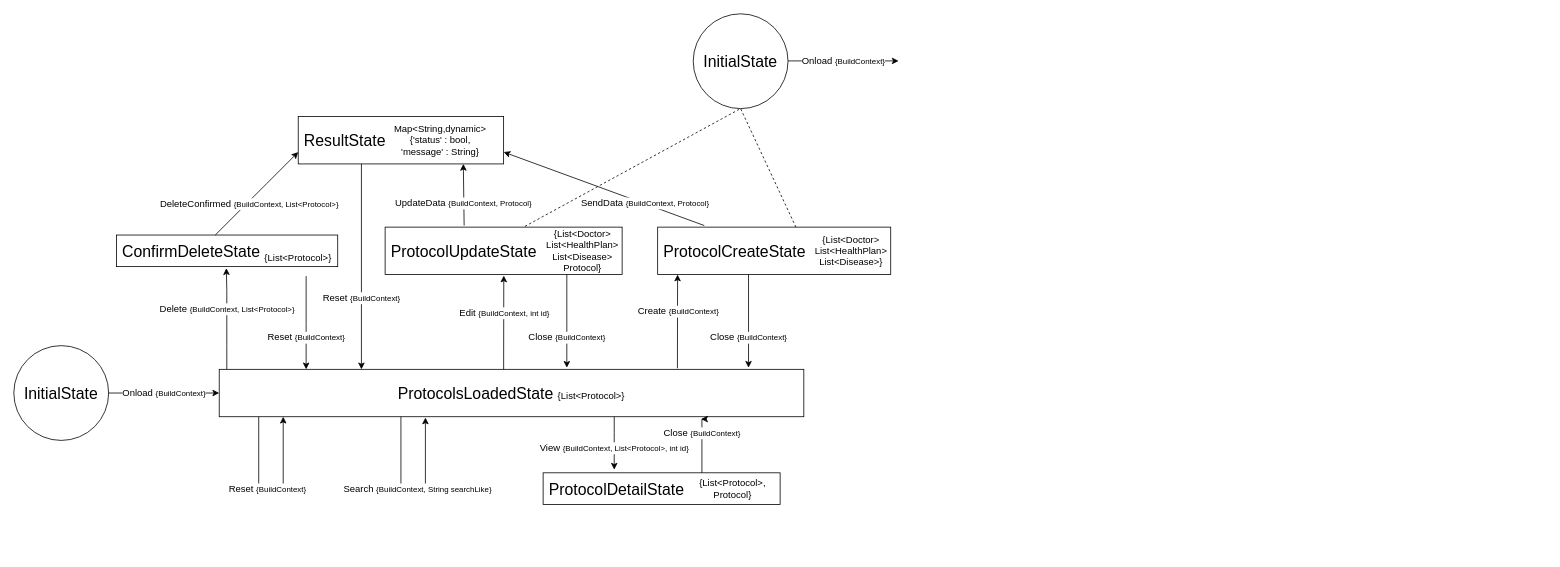
This is Untitled Diagram.drawio from Tozzigh/aaa, a draw.io file, before an edit. Source tidied: cells renumbered, new cells numbered last; positions are measured from the earlier drawing's top-left corner, leaving out a move shared by most shapes. Both pictures are drawn from the tidied source at 79%, with x=0, y=0 at pixel (13, 13).
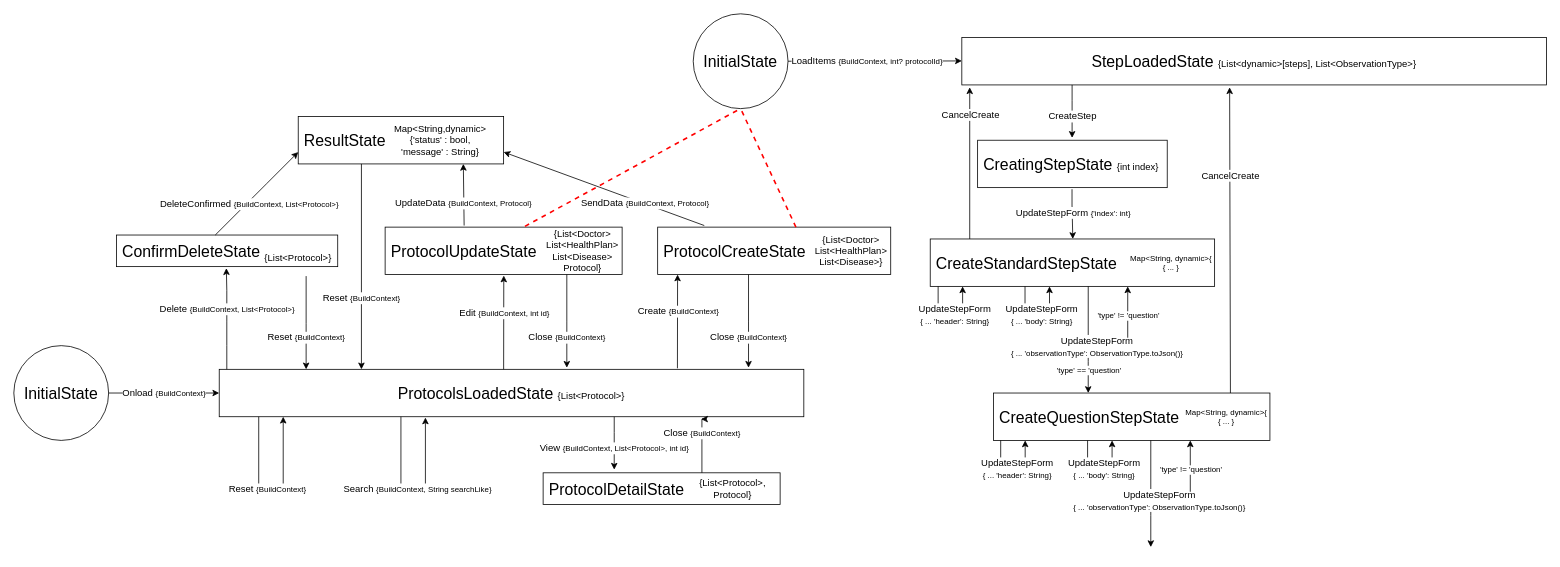
The same page after the edit.

The change refers to these unchanged cells:
```xml
<mxCell id="3" value="&lt;font style=&quot;font-size: 20px&quot;&gt;InitialState&lt;/font&gt;" style="ellipse;whiteSpace=wrap;html=1;fillColor=none;" parent="1" vertex="1">
  <mxGeometry y="420" width="120" height="120" as="geometry" />
</mxCell>
<mxCell id="7" value="ProtocolsLoadedState &lt;font style=&quot;font-size: 12px&quot;&gt;{List&amp;lt;Protocol&amp;gt;}&lt;/font&gt;" style="whiteSpace=wrap;html=1;fontSize=20;fillColor=none;labelBackgroundColor=default;align=center;" parent="1" vertex="1">
  <mxGeometry x="260" y="450" width="740" height="60" as="geometry" />
</mxCell>
<mxCell id="37" value="&lt;font style=&quot;font-size: 20px&quot;&gt;InitialState&lt;/font&gt;" style="ellipse;whiteSpace=wrap;html=1;fillColor=none;" parent="1" vertex="1">
  <mxGeometry x="860" width="120" height="120" as="geometry" />
</mxCell>
```

What changed in the source:
```diff
@@
-    <mxCell id="2" value="Onload &lt;font style=&quot;font-size: 10px&quot;&gt;{BuildContext}&lt;/font&gt;" style="edgeStyle=orthogonalEdgeStyle;rounded=0;jettySize=auto;html=1;fontSize=12;exitX=1;exitY=0.5;exitDx=0;exitDy=0;entryX=0;entryY=0.5;entryDx=0;entryDy=0;labelBackgroundColor=default;" parent="1" edge="1" source="3" target="7">
+    <mxCell id="2" value="Onload &lt;font style=&quot;font-size: 10px&quot;&gt;{BuildContext}&lt;/font&gt;" style="edgeStyle=orthogonalEdgeStyle;rounded=0;jettySize=auto;html=1;fontSize=12;exitX=1;exitY=0.5;exitDx=0;exitDy=0;entryX=0;entryY=0.5;entryDx=0;entryDy=0;labelBackgroundColor=default;shadow=0;" parent="1" edge="1" source="3" target="7">
       <mxGeometry relative="1" as="geometry" />
     </mxCell>
@@
-    <mxCell id="36" style="endArrow=none;dashed=1;html=1;rounded=0;labelBackgroundColor=default;fontSize=10;" parent="1" edge="1">
+    <mxCell id="36" style="endArrow=none;dashed=1;html=1;rounded=0;labelBackgroundColor=default;fontSize=10;fontColor=#000000;fillColor=#e51400;strokeColor=#FF0000;strokeWidth=2;" parent="1" edge="1">
       <mxGeometry relative="1" as="geometry">
         <mxPoint x="990" y="270" as="sourcePoint" />
         <mxPoint x="920" y="120" as="targetPoint" />
       </mxGeometry>
     </mxCell>
@@
-    <mxCell id="38" style="endArrow=none;dashed=1;html=1;rounded=0;labelBackgroundColor=default;fontSize=10;" parent="1" edge="1">
+    <mxCell id="38" style="endArrow=none;dashed=1;html=1;rounded=0;labelBackgroundColor=default;fontSize=10;fontColor=#000000;fillColor=#e51400;strokeColor=#FF0000;strokeWidth=2;" parent="1" edge="1">
       <mxGeometry relative="1" as="geometry">
         <mxPoint x="647" y="269" as="sourcePoint" />
         <mxPoint x="918" y="121" as="targetPoint" />
       </mxGeometry>
     </mxCell>
-    <mxCell id="39" value="Onload &lt;font style=&quot;font-size: 10px&quot;&gt;{BuildContext}&lt;/font&gt;" style="edgeStyle=orthogonalEdgeStyle;rounded=0;orthogonalLoop=1;jettySize=auto;html=1;fontSize=12;exitX=1;exitY=0.5;exitDx=0;exitDy=0;entryX=0;entryY=0.5;entryDx=0;entryDy=0;labelBackgroundColor=default;" parent="1" edge="1">
-      <mxGeometry relative="1" as="geometry">
-        <mxPoint x="980" y="59.6" as="sourcePoint" />
-        <mxPoint x="1120" y="59.6" as="targetPoint" />
+    <mxCell id="39" value="LoadItems&amp;nbsp;&lt;font style=&quot;font-size: 10px&quot;&gt;{&lt;/font&gt;&lt;font style=&quot;font-size: 10px&quot;&gt;BuildContext, int? protocolId&lt;/font&gt;&lt;font style=&quot;font-size: 10px&quot;&gt;}&lt;/font&gt;" style="edgeStyle=orthogonalEdgeStyle;rounded=0;jettySize=auto;html=1;fontSize=12;exitX=1;exitY=0.5;exitDx=0;exitDy=0;entryX=0;entryY=0.5;entryDx=0;entryDy=0;labelBackgroundColor=default;" parent="1" edge="1" source="37">
+      <mxGeometry x="-0.09" relative="1" as="geometry">
+        <mxPoint x="1200" y="59.6" as="targetPoint" />
       </mxGeometry>
     </mxCell>
+    <mxCell id="40" value="StepLoadedState &lt;font style=&quot;font-size: 12px&quot;&gt;{&lt;/font&gt;&lt;font style=&quot;font-size: 12px&quot;&gt;List&amp;lt;dynamic&amp;gt;[&lt;/font&gt;&lt;font style=&quot;font-size: 12px&quot;&gt;steps]&lt;/font&gt;&lt;font style=&quot;font-size: 12px&quot;&gt;, List&amp;lt;ObservationType&amp;gt;&lt;/font&gt;&lt;font style=&quot;font-size: 12px&quot;&gt;}&lt;/font&gt;" style="whiteSpace=wrap;html=1;fontSize=20;fillColor=none;labelBackgroundColor=default;align=center;" parent="1" vertex="1">
+      <mxGeometry x="1200" y="30" width="740" height="60" as="geometry" />
+    </mxCell>
+    <mxCell id="41" value="CreateStep" style="edgeStyle=orthogonalEdgeStyle;rounded=0;orthogonalLoop=1;jettySize=auto;html=1;fontSize=12;labelBackgroundColor=default;" parent="1" edge="1">
+      <mxGeometry x="0.19" relative="1" as="geometry">
+        <mxPoint x="1339.6" y="90" as="sourcePoint" />
+        <mxPoint x="1339.6" y="157" as="targetPoint" />
+        <Array as="points">
+          <mxPoint x="1339.6" y="110" />
+          <mxPoint x="1339.6" y="110" />
+        </Array>
+      </mxGeometry>
+    </mxCell>
+    <mxCell id="42" value="&amp;nbsp;CreatingStepState &lt;font style=&quot;font-size: 12px&quot;&gt;{int index}&lt;/font&gt;" style="rounded=0;whiteSpace=wrap;html=1;fontSize=20;fillColor=none;labelBackgroundColor=default;align=left;" parent="1" vertex="1">
+      <mxGeometry x="1220" y="160" width="240" height="60" as="geometry" />
+    </mxCell>
+    <mxCell id="43" value="&amp;nbsp;CreateStandardStepState" style="rounded=0;whiteSpace=wrap;html=1;fontSize=20;fillColor=none;labelBackgroundColor=default;align=left;" parent="1" vertex="1">
+      <mxGeometry x="1160" y="285" width="360" height="60" as="geometry" />
+    </mxCell>
+    <mxCell id="44" value="&lt;div&gt;UpdateStepForm&amp;nbsp;&lt;font style=&quot;font-size: 10px&quot;&gt;{'index': int}&lt;/font&gt;&lt;/div&gt;" style="edgeStyle=orthogonalEdgeStyle;rounded=0;orthogonalLoop=1;jettySize=auto;html=1;fontSize=12;labelBackgroundColor=default;" parent="1" edge="1">
+      <mxGeometry x="-0.06" y="1" relative="1" as="geometry">
+        <mxPoint x="1339.5" y="222" as="sourcePoint" />
+        <mxPoint x="1340.5" y="285" as="targetPoint" />
+        <Array as="points">
+          <mxPoint x="1339.5" y="242" />
+          <mxPoint x="1339.5" y="242" />
+        </Array>
+      </mxGeometry>
+    </mxCell>
+    <mxCell id="45" value="Map&amp;lt;String, dynamic&amp;gt;{ { ... }" style="text;html=1;strokeColor=none;fillColor=none;align=center;verticalAlign=middle;whiteSpace=wrap;rounded=0;labelBackgroundColor=default;fontSize=10;fontColor=#000000;" parent="1" vertex="1">
+      <mxGeometry x="1410" y="300" width="110" height="30" as="geometry" />
+    </mxCell>
+    <mxCell id="46" style="endArrow=classic;html=1;rounded=0;fontSize=20;labelBackgroundColor=default;" parent="1" edge="1">
+      <mxGeometry x="0.18" relative="1" as="geometry">
+        <mxPoint x="1210" y="285" as="sourcePoint" />
+        <mxPoint x="1210" y="93" as="targetPoint" />
+      </mxGeometry>
+    </mxCell>
+    <mxCell id="47" value="CancelCreate" style="edgeLabel;html=1;align=center;verticalAlign=middle;fontSize=12;labelBackgroundColor=default;" parent="46" vertex="1">
+      <mxGeometry x="0.21" relative="1" as="geometry">
+        <mxPoint y="-42" as="offset" />
+      </mxGeometry>
+    </mxCell>
+    <mxCell id="48" style="edgeStyle=orthogonalEdgeStyle;rounded=0;orthogonalLoop=1;jettySize=auto;html=1;fontSize=20;strokeColor=default;startFill=1;endFill=1;anchorPointDirection=1;labelBackgroundColor=default;" parent="1" edge="1">
+      <mxGeometry relative="1" as="geometry">
+        <mxPoint x="1170" y="345" as="sourcePoint" />
+        <mxPoint x="1201" y="345" as="targetPoint" />
+        <Array as="points">
+          <mxPoint x="1170" y="390" />
+          <mxPoint x="1201" y="390" />
+        </Array>
+      </mxGeometry>
+    </mxCell>
+    <mxCell id="49" value="UpdateStepForm&lt;br&gt;&lt;font style=&quot;font-size: 10px&quot;&gt;{ ... 'header': String}&lt;/font&gt;" style="edgeLabel;html=1;align=center;verticalAlign=middle;fontSize=12;labelBackgroundColor=default;" parent="48" vertex="1">
+      <mxGeometry x="-0.64" y="1" relative="1" as="geometry">
+        <mxPoint x="19" y="13" as="offset" />
+      </mxGeometry>
+    </mxCell>
+    <mxCell id="50" style="edgeStyle=orthogonalEdgeStyle;rounded=0;orthogonalLoop=1;jettySize=auto;html=1;fontSize=20;strokeColor=default;startFill=1;endFill=1;anchorPointDirection=1;labelBackgroundColor=default;" parent="1" edge="1">
+      <mxGeometry relative="1" as="geometry">
+        <mxPoint x="1280" y="345" as="sourcePoint" />
+        <mxPoint x="1311" y="345" as="targetPoint" />
+        <Array as="points">
+          <mxPoint x="1280" y="390" />
+          <mxPoint x="1311" y="390" />
+        </Array>
+      </mxGeometry>
+    </mxCell>
+    <mxCell id="51" value="UpdateStepForm&lt;br&gt;&lt;font style=&quot;font-size: 10px&quot;&gt;{ ... 'body': String}&lt;/font&gt;" style="edgeLabel;html=1;align=center;verticalAlign=middle;fontSize=12;labelBackgroundColor=default;" parent="50" vertex="1">
+      <mxGeometry x="-0.64" y="1" relative="1" as="geometry">
+        <mxPoint x="19" y="13" as="offset" />
+      </mxGeometry>
+    </mxCell>
+    <mxCell id="52" style="edgeStyle=orthogonalEdgeStyle;rounded=0;orthogonalLoop=1;jettySize=auto;html=1;fontSize=20;strokeColor=default;startFill=1;endFill=1;anchorPointDirection=1;labelBackgroundColor=default;" parent="1" edge="1">
+      <mxGeometry relative="1" as="geometry">
+        <mxPoint x="1360" y="345" as="sourcePoint" />
+        <mxPoint x="1360" y="480" as="targetPoint" />
+        <Array as="points">
+          <mxPoint x="1360" y="440" />
+          <mxPoint x="1360" y="440" />
+        </Array>
+      </mxGeometry>
+    </mxCell>
+    <mxCell id="53" value="UpdateStepForm&lt;br&gt;&lt;font style=&quot;font-size: 10px&quot;&gt;{ ... 'observationType': ObservationType.toJson()}&lt;/font&gt;" style="edgeLabel;html=1;align=center;verticalAlign=middle;fontSize=12;labelBackgroundColor=default;" parent="52" vertex="1">
+      <mxGeometry x="-0.64" y="1" relative="1" as="geometry">
+        <mxPoint x="9" y="51" as="offset" />
+      </mxGeometry>
+    </mxCell>
+    <mxCell id="54" style="endArrow=classic;html=1;rounded=0;shadow=0;labelBackgroundColor=#FF0000;fontSize=10;fontColor=#000000;strokeColor=#000000;strokeWidth=1;" parent="1" edge="1">
+      <mxGeometry relative="1" as="geometry">
+        <mxPoint x="1410" y="410" as="sourcePoint" />
+        <mxPoint x="1410" y="345" as="targetPoint" />
+      </mxGeometry>
+    </mxCell>
+    <mxCell id="55" value="'type' != 'question'" style="edgeLabel;html=1;align=center;verticalAlign=middle;fontSize=10;fontColor=#000000;" parent="54" vertex="1">
+      <mxGeometry x="-0.32" relative="1" as="geometry">
+        <mxPoint y="-7" as="offset" />
+      </mxGeometry>
+    </mxCell>
+    <mxCell id="56" value="'type' == 'question'" style="edgeLabel;html=1;align=center;verticalAlign=middle;fontSize=10;fontColor=#000000;" parent="1" vertex="1">
+      <mxGeometry x="1360" y="450" as="geometry" />
+    </mxCell>
+    <mxCell id="57" value="&amp;nbsp;CreateQuestionStepState&amp;nbsp;" style="rounded=0;whiteSpace=wrap;html=1;fontSize=20;fillColor=none;labelBackgroundColor=default;align=left;" parent="1" vertex="1">
+      <mxGeometry x="1240" y="480" width="350" height="60" as="geometry" />
+    </mxCell>
+    <mxCell id="58" value="Map&amp;lt;String, dynamic&amp;gt;{ { ... }" style="text;html=1;strokeColor=none;fillColor=none;align=center;verticalAlign=middle;whiteSpace=wrap;rounded=0;labelBackgroundColor=default;fontSize=10;fontColor=#000000;" parent="1" vertex="1">
+      <mxGeometry x="1480" y="495" width="110" height="30" as="geometry" />
+    </mxCell>
+    <mxCell id="59" style="edgeStyle=orthogonalEdgeStyle;rounded=0;orthogonalLoop=1;jettySize=auto;html=1;fontSize=20;strokeColor=default;startFill=1;endFill=1;anchorPointDirection=1;labelBackgroundColor=default;" parent="1" edge="1">
+      <mxGeometry relative="1" as="geometry">
+        <mxPoint x="1249.2" y="540" as="sourcePoint" />
+        <mxPoint x="1280.2" y="540" as="targetPoint" />
+        <Array as="points">
+          <mxPoint x="1249.2" y="585" />
+          <mxPoint x="1280.2" y="585" />
+        </Array>
+      </mxGeometry>
+    </mxCell>
+    <mxCell id="60" value="UpdateStepForm&lt;br&gt;&lt;font style=&quot;font-size: 10px&quot;&gt;{ ... 'header': String}&lt;/font&gt;" style="edgeLabel;html=1;align=center;verticalAlign=middle;fontSize=12;labelBackgroundColor=default;" parent="59" vertex="1">
+      <mxGeometry x="-0.64" y="1" relative="1" as="geometry">
+        <mxPoint x="19" y="13" as="offset" />
+      </mxGeometry>
+    </mxCell>
+    <mxCell id="61" style="edgeStyle=orthogonalEdgeStyle;rounded=0;orthogonalLoop=1;jettySize=auto;html=1;fontSize=20;strokeColor=default;startFill=1;endFill=1;anchorPointDirection=1;labelBackgroundColor=default;" parent="1" edge="1">
+      <mxGeometry relative="1" as="geometry">
+        <mxPoint x="1359.2" y="540" as="sourcePoint" />
+        <mxPoint x="1390.2" y="540" as="targetPoint" />
+        <Array as="points">
+          <mxPoint x="1359.2" y="585" />
+          <mxPoint x="1390.2" y="585" />
+        </Array>
+      </mxGeometry>
+    </mxCell>
+    <mxCell id="62" value="UpdateStepForm&lt;br&gt;&lt;font style=&quot;font-size: 10px&quot;&gt;{ ... 'body': String}&lt;/font&gt;" style="edgeLabel;html=1;align=center;verticalAlign=middle;fontSize=12;labelBackgroundColor=default;" parent="61" vertex="1">
+      <mxGeometry x="-0.64" y="1" relative="1" as="geometry">
+        <mxPoint x="19" y="13" as="offset" />
+      </mxGeometry>
+    </mxCell>
+    <mxCell id="63" style="edgeStyle=orthogonalEdgeStyle;rounded=0;orthogonalLoop=1;jettySize=auto;html=1;fontSize=20;strokeColor=default;startFill=1;endFill=1;anchorPointDirection=1;labelBackgroundColor=default;" parent="1" edge="1">
+      <mxGeometry relative="1" as="geometry">
+        <mxPoint x="1439.2" y="540" as="sourcePoint" />
+        <mxPoint x="1439.2" y="675" as="targetPoint" />
+        <Array as="points">
+          <mxPoint x="1439.2" y="635" />
+          <mxPoint x="1439.2" y="635" />
+        </Array>
+      </mxGeometry>
+    </mxCell>
+    <mxCell id="64" value="UpdateStepForm&lt;br&gt;&lt;font style=&quot;font-size: 10px&quot;&gt;{ ... 'observationType': ObservationType.toJson()}&lt;/font&gt;" style="edgeLabel;html=1;align=center;verticalAlign=middle;fontSize=12;labelBackgroundColor=default;" parent="63" vertex="1">
+      <mxGeometry x="-0.64" y="1" relative="1" as="geometry">
+        <mxPoint x="9" y="51" as="offset" />
+      </mxGeometry>
+    </mxCell>
+    <mxCell id="65" style="endArrow=classic;html=1;rounded=0;shadow=0;labelBackgroundColor=#FF0000;fontSize=10;fontColor=#000000;strokeColor=#000000;strokeWidth=1;" parent="1" edge="1">
+      <mxGeometry relative="1" as="geometry">
+        <mxPoint x="1489.2" y="605" as="sourcePoint" />
+        <mxPoint x="1489.2" y="540" as="targetPoint" />
+      </mxGeometry>
+    </mxCell>
+    <mxCell id="66" value="'type' != 'question'" style="edgeLabel;html=1;align=center;verticalAlign=middle;fontSize=10;fontColor=#000000;" parent="65" vertex="1">
+      <mxGeometry x="-0.32" relative="1" as="geometry">
+        <mxPoint y="-7" as="offset" />
+      </mxGeometry>
+    </mxCell>
+    <mxCell id="67" style="endArrow=classic;html=1;rounded=0;fontSize=20;labelBackgroundColor=default;" parent="1" edge="1">
+      <mxGeometry x="0.18" relative="1" as="geometry">
+        <mxPoint x="1540" y="480" as="sourcePoint" />
+        <mxPoint x="1539" y="93" as="targetPoint" />
+      </mxGeometry>
+    </mxCell>
+    <mxCell id="68" value="CancelCreate" style="edgeLabel;html=1;align=center;verticalAlign=middle;fontSize=12;labelBackgroundColor=default;" parent="67" vertex="1">
+      <mxGeometry x="0.21" relative="1" as="geometry">
+        <mxPoint y="-42" as="offset" />
+      </mxGeometry>
+    </mxCell>
```
